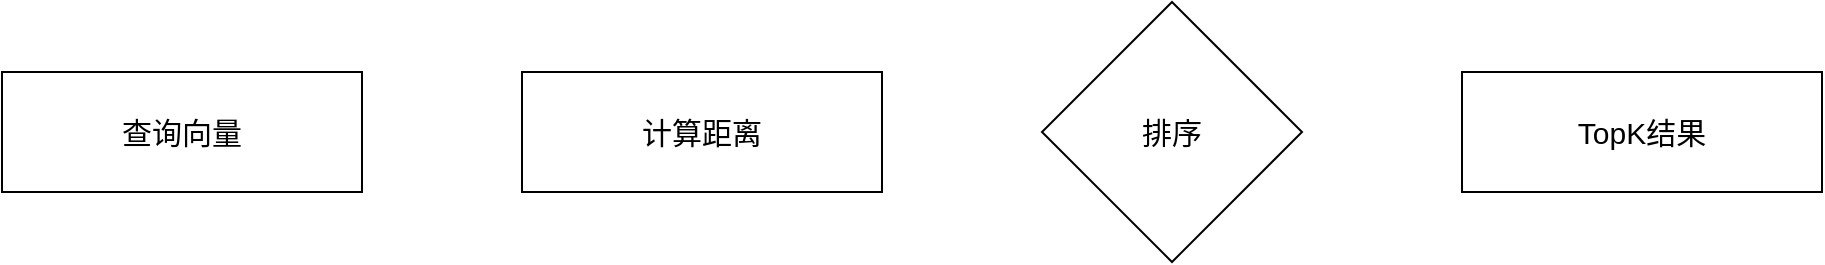
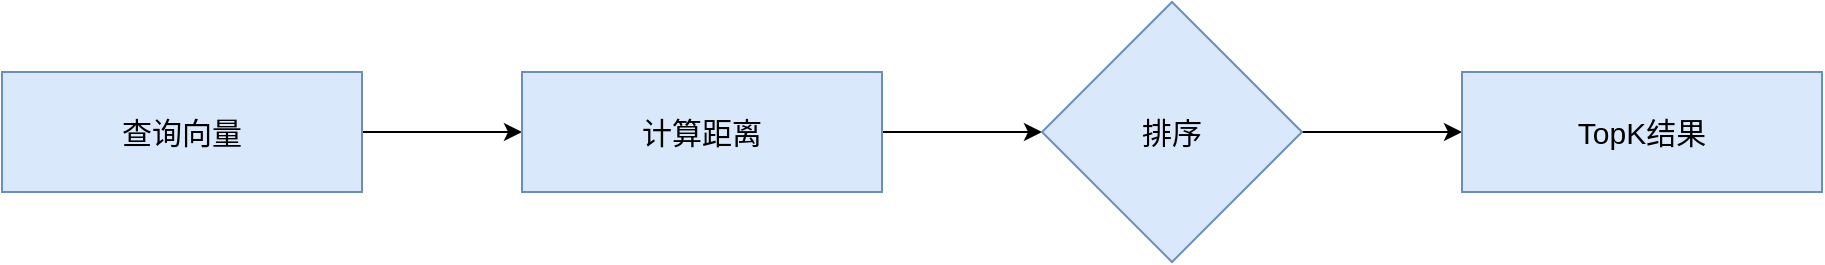
<mxfile host="app.diagrams.net">
  <diagram name="第 1 页" id="OZhDdjYSqno3uLaJBJfM">
    <mxGraphModel dx="1414" dy="846" grid="1" gridSize="10" guides="1" tooltips="1" connect="1" arrows="1" fold="1" page="1" pageScale="1" pageWidth="827" pageHeight="1169" math="0" shadow="0">
      <root>
        <mxCell id="0" />
        <mxCell id="1" parent="0" />
-         <mxCell id="59b0eKbwQURlpHARiv8C-1" parent="1" style="rounded=0;whiteSpace=wrap;html=1;fontSize=15;" value="查询向量" vertex="1">
+         <mxCell id="iMAdhpZa7Ga9ZnnxmGPV-1" edge="1" parent="1" source="59b0eKbwQURlpHARiv8C-1" style="edgeStyle=orthogonalEdgeStyle;rounded=0;orthogonalLoop=1;jettySize=auto;html=1;entryX=0;entryY=0.5;entryDx=0;entryDy=0;" target="59b0eKbwQURlpHARiv8C-2">
+           <mxGeometry relative="1" as="geometry" />
+         </mxCell>
+         <mxCell id="59b0eKbwQURlpHARiv8C-1" parent="1" style="rounded=0;whiteSpace=wrap;html=1;fontSize=15;fillColor=#dae8fc;strokeColor=#6c8ebf;" value="查询向量" vertex="1">
          <mxGeometry height="60" width="180" x="90" y="360" as="geometry" />
        </mxCell>
-         <mxCell id="59b0eKbwQURlpHARiv8C-2" parent="1" style="rounded=0;whiteSpace=wrap;html=1;fontSize=15;" value="计算距离" vertex="1">
+         <mxCell id="iMAdhpZa7Ga9ZnnxmGPV-2" edge="1" parent="1" source="59b0eKbwQURlpHARiv8C-2" style="edgeStyle=orthogonalEdgeStyle;rounded=0;orthogonalLoop=1;jettySize=auto;html=1;entryX=0;entryY=0.5;entryDx=0;entryDy=0;" target="59b0eKbwQURlpHARiv8C-3">
+           <mxGeometry relative="1" as="geometry" />
+         </mxCell>
+         <mxCell id="59b0eKbwQURlpHARiv8C-2" parent="1" style="rounded=0;whiteSpace=wrap;html=1;fontSize=15;fillColor=#dae8fc;strokeColor=#6c8ebf;" value="计算距离" vertex="1">
          <mxGeometry height="60" width="180" x="350" y="360" as="geometry" />
        </mxCell>
-         <mxCell id="59b0eKbwQURlpHARiv8C-3" parent="1" style="rhombus;whiteSpace=wrap;html=1;fontSize=15;" value="排序" vertex="1">
+         <mxCell id="iMAdhpZa7Ga9ZnnxmGPV-3" edge="1" parent="1" source="59b0eKbwQURlpHARiv8C-3" style="edgeStyle=orthogonalEdgeStyle;rounded=0;orthogonalLoop=1;jettySize=auto;html=1;" target="59b0eKbwQURlpHARiv8C-4">
+           <mxGeometry relative="1" as="geometry" />
+         </mxCell>
+         <mxCell id="59b0eKbwQURlpHARiv8C-3" parent="1" style="rhombus;whiteSpace=wrap;html=1;fontSize=15;fillColor=#dae8fc;strokeColor=#6c8ebf;" value="排序" vertex="1">
          <mxGeometry height="130" width="130" x="610" y="325" as="geometry" />
        </mxCell>
-         <mxCell id="59b0eKbwQURlpHARiv8C-4" parent="1" style="rounded=0;whiteSpace=wrap;html=1;fontSize=15;" value="TopK结果" vertex="1">
+         <mxCell id="59b0eKbwQURlpHARiv8C-4" parent="1" style="rounded=0;whiteSpace=wrap;html=1;fontSize=15;fillColor=#dae8fc;strokeColor=#6c8ebf;" value="TopK结果" vertex="1">
          <mxGeometry height="60" width="180" x="820" y="360" as="geometry" />
        </mxCell>
      </root>
    </mxGraphModel>
  </diagram>
</mxfile>
